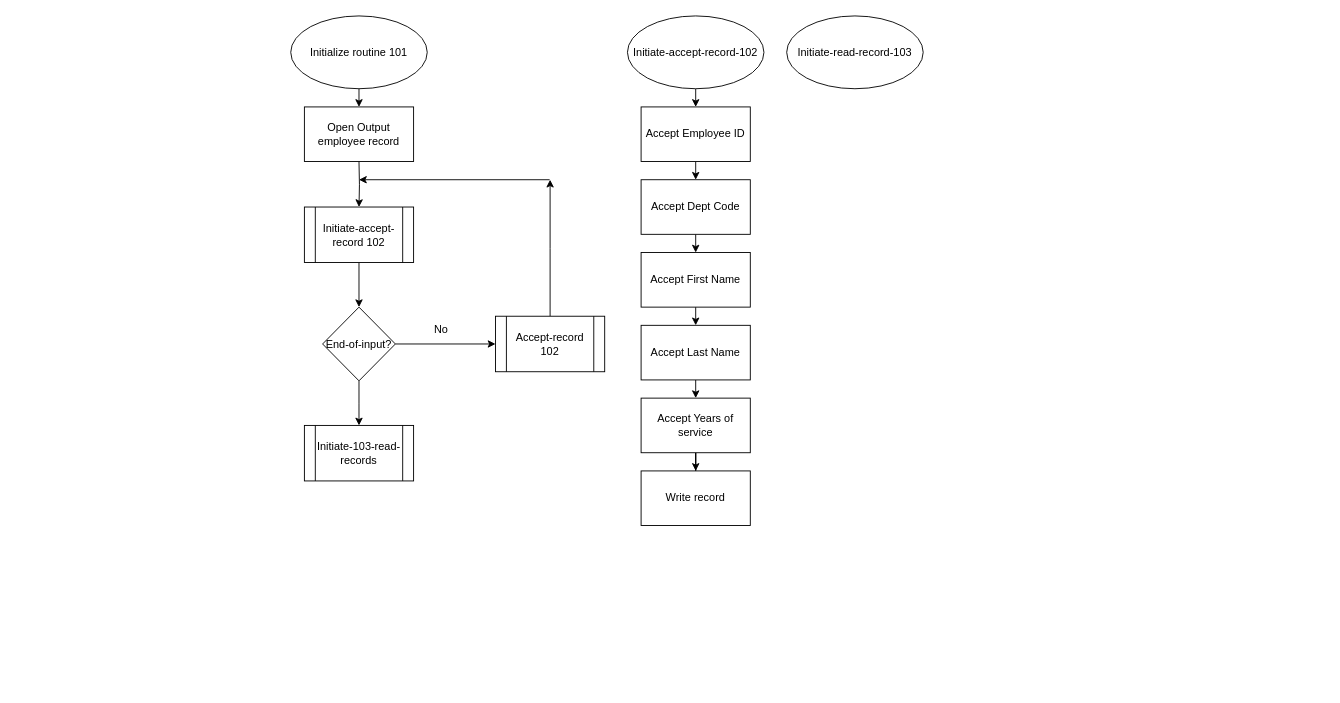
Before: Untitled Diagram.drawio in Wild-Things/Cobol-Flowcharts-a1, a draw.io diagram. Source tidied: cells renumbered, new cells numbered last; positions are measured from the earlier drawing's top-left corner, leaving out a move shared by most shapes. Both pictures are drawn from the tidied source at 91%, with x=0, y=0 at pixel (290, 15).
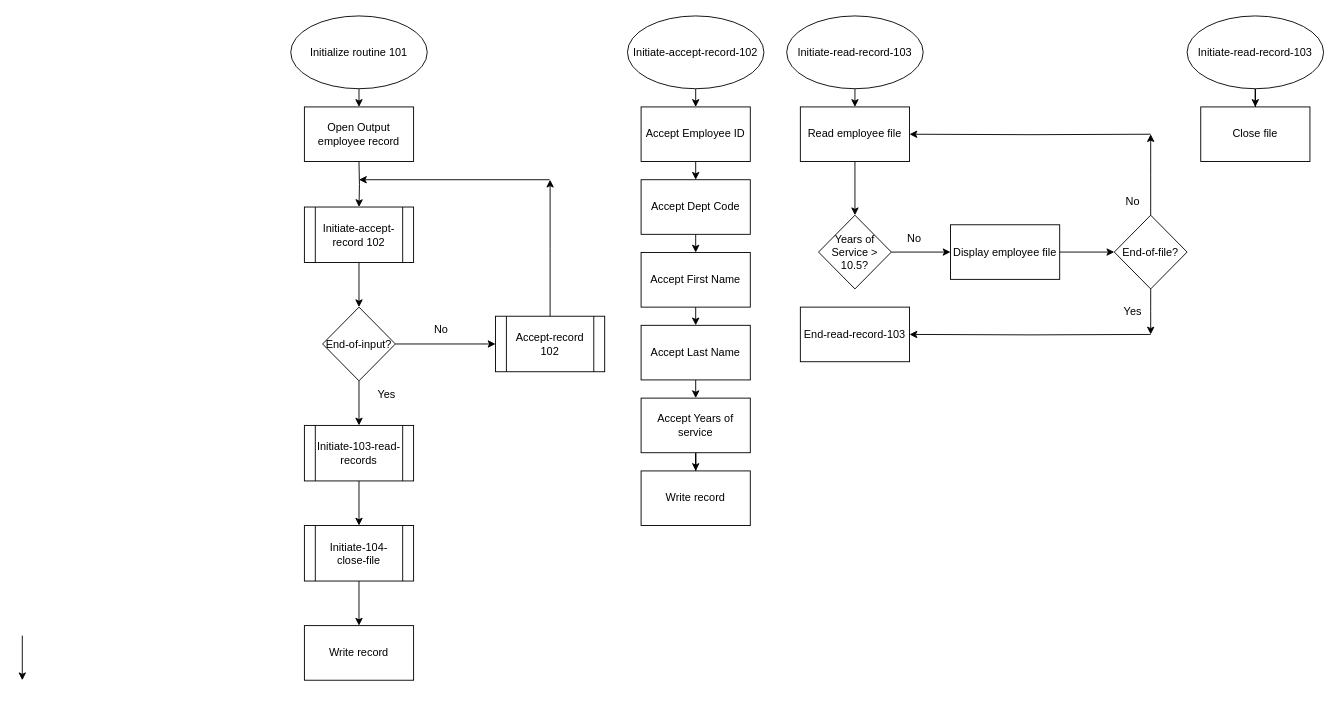
The same page after the edit.

Unchanged cells that the change refers to:
```xml
<mxCell id="28" value="Initiate-103-read-records" style="shape=process;whiteSpace=wrap;html=1;backgroundOutline=1;" parent="1" vertex="1">
  <mxGeometry x="15" y="450" width="120" height="61" as="geometry" />
</mxCell>
<mxCell id="29" value="Initiate-read-record-103" style="ellipse;whiteSpace=wrap;html=1;" parent="1" vertex="1">
  <mxGeometry x="545" width="150" height="80" as="geometry" />
</mxCell>
```

What changed in the source:
```diff
@@
+    <mxCell id="30" style="edgeStyle=orthogonalEdgeStyle;rounded=0;jettySize=auto;html=1;exitX=0.5;exitY=1;exitDx=0;exitDy=0;entryX=0.5;entryY=0;entryDx=0;entryDy=0;" parent="1" edge="1" source="28" target="49">
+      <mxGeometry relative="1" as="geometry" />
+    </mxCell>
@@
+    <mxCell id="31" style="edgeStyle=orthogonalEdgeStyle;rounded=0;jettySize=auto;html=1;exitX=0.5;exitY=1;exitDx=0;exitDy=0;entryX=0.5;entryY=0;entryDx=0;entryDy=0;" parent="1" edge="1" source="29" target="33">
+      <mxGeometry relative="1" as="geometry" />
+    </mxCell>
@@
+    <mxCell id="32" style="edgeStyle=orthogonalEdgeStyle;rounded=0;jettySize=auto;html=1;" parent="1" edge="1" source="33" target="35">
+      <mxGeometry relative="1" as="geometry" />
+    </mxCell>
+    <mxCell id="33" value="Read employee file" style="rounded=0;whiteSpace=wrap;html=1;" parent="1" vertex="1">
+      <mxGeometry x="560" y="100" width="120" height="60" as="geometry" />
+    </mxCell>
+    <mxCell id="34" style="edgeStyle=orthogonalEdgeStyle;rounded=0;jettySize=auto;html=1;exitX=1;exitY=0.5;exitDx=0;exitDy=0;entryX=0;entryY=0.5;entryDx=0;entryDy=0;" parent="1" edge="1" source="35">
+      <mxGeometry relative="1" as="geometry">
+        <mxPoint x="725" y="259.5" as="targetPoint" />
+      </mxGeometry>
+    </mxCell>
+    <mxCell id="35" value="Years of Service &amp;gt; 10.5?" style="rhombus;whiteSpace=wrap;html=1;" parent="1" vertex="1">
+      <mxGeometry x="580" y="219" width="80" height="81" as="geometry" />
+    </mxCell>
+    <mxCell id="36" value="Yes" style="text;html=1;align=center;verticalAlign=middle;strokeColor=none;fillColor=none;" parent="1" vertex="1">
+      <mxGeometry x="85" y="401" width="40" height="30" as="geometry" />
+    </mxCell>
+    <mxCell id="37" value="No" style="text;html=1;align=center;verticalAlign=middle;strokeColor=none;fillColor=none;" parent="1" vertex="1">
+      <mxGeometry x="665" y="230" width="40" height="30" as="geometry" />
+    </mxCell>
+    <mxCell id="38" value="No" style="text;html=1;align=center;verticalAlign=middle;strokeColor=none;fillColor=none;" parent="1" vertex="1">
+      <mxGeometry x="905" y="189" width="40" height="30" as="geometry" />
+    </mxCell>
+    <mxCell id="39" style="edgeStyle=orthogonalEdgeStyle;rounded=0;jettySize=auto;html=1;exitX=1;exitY=0.5;exitDx=0;exitDy=0;entryX=0;entryY=0.5;entryDx=0;entryDy=0;" parent="1" edge="1" source="40" target="43">
+      <mxGeometry relative="1" as="geometry" />
+    </mxCell>
+    <mxCell id="40" value="Display employee file" style="rounded=0;whiteSpace=wrap;html=1;" parent="1" vertex="1">
+      <mxGeometry x="725" y="229.5" width="120" height="60" as="geometry" />
+    </mxCell>
+    <mxCell id="41" style="edgeStyle=orthogonalEdgeStyle;rounded=0;jettySize=auto;html=1;exitX=0.5;exitY=0;exitDx=0;exitDy=0;" parent="1" edge="1" source="43">
+      <mxGeometry relative="1" as="geometry">
+        <mxPoint x="945" y="130" as="targetPoint" />
+      </mxGeometry>
+    </mxCell>
+    <mxCell id="42" style="edgeStyle=orthogonalEdgeStyle;rounded=0;jettySize=auto;html=1;exitX=0.5;exitY=1;exitDx=0;exitDy=0;" parent="1" edge="1" source="43">
+      <mxGeometry relative="1" as="geometry">
+        <mxPoint x="945" y="350" as="targetPoint" />
+      </mxGeometry>
+    </mxCell>
+    <mxCell id="43" value="End-of-file?" style="rhombus;whiteSpace=wrap;html=1;" parent="1" vertex="1">
+      <mxGeometry x="905" y="219" width="80" height="81" as="geometry" />
+    </mxCell>
+    <mxCell id="44" value="Yes" style="text;html=1;align=center;verticalAlign=middle;strokeColor=none;fillColor=none;" parent="1" vertex="1">
+      <mxGeometry x="905" y="310" width="40" height="30" as="geometry" />
+    </mxCell>
+    <mxCell id="45" style="edgeStyle=orthogonalEdgeStyle;rounded=0;jettySize=auto;html=1;entryX=1;entryY=0.5;entryDx=0;entryDy=0;" parent="1" edge="1" target="47">
+      <mxGeometry relative="1" as="geometry">
+        <mxPoint x="945" y="350" as="sourcePoint" />
+      </mxGeometry>
+    </mxCell>
+    <mxCell id="46" style="edgeStyle=orthogonalEdgeStyle;rounded=0;jettySize=auto;html=1;entryX=1;entryY=0.5;entryDx=0;entryDy=0;" parent="1" edge="1" target="33">
+      <mxGeometry relative="1" as="geometry">
+        <mxPoint x="945" y="130" as="sourcePoint" />
+      </mxGeometry>
+    </mxCell>
+    <mxCell id="47" value="End-read-record-103" style="rounded=0;whiteSpace=wrap;html=1;" parent="1" vertex="1">
+      <mxGeometry x="560" y="320" width="120" height="60" as="geometry" />
+    </mxCell>
+    <mxCell id="48" style="edgeStyle=orthogonalEdgeStyle;rounded=0;jettySize=auto;html=1;exitX=0.5;exitY=1;exitDx=0;exitDy=0;entryX=0.5;entryY=0;entryDx=0;entryDy=0;" parent="1" edge="1" source="49" target="51">
+      <mxGeometry relative="1" as="geometry" />
+    </mxCell>
+    <mxCell id="49" value="&lt;div&gt;Initiate-104-close-file&lt;/div&gt;" style="shape=process;whiteSpace=wrap;html=1;backgroundOutline=1;" parent="1" vertex="1">
+      <mxGeometry x="15" y="560" width="120" height="61" as="geometry" />
+    </mxCell>
+    <mxCell id="50" style="edgeStyle=orthogonalEdgeStyle;rounded=0;orthogonalLoop=1;jettySize=auto;html=1;exitX=0.5;exitY=1;exitDx=0;exitDy=0;entryX=0.5;entryY=0;entryDx=0;entryDy=0;" parent="1" edge="1">
+      <mxGeometry relative="1" as="geometry">
+        <mxPoint x="-295" y="681" as="sourcePoint" />
+        <mxPoint x="-295" y="730" as="targetPoint" />
+      </mxGeometry>
+    </mxCell>
+    <mxCell id="51" value="&lt;div&gt;Write record&lt;/div&gt;" style="rounded=0;whiteSpace=wrap;html=1;" parent="1" vertex="1">
+      <mxGeometry x="15" y="670" width="120" height="60" as="geometry" />
+    </mxCell>
+    <mxCell id="52" style="edgeStyle=orthogonalEdgeStyle;rounded=0;jettySize=auto;html=1;exitX=0.5;exitY=1;exitDx=0;exitDy=0;" parent="1" edge="1" source="53" target="54">
+      <mxGeometry relative="1" as="geometry" />
+    </mxCell>
+    <mxCell id="53" value="Initiate-read-record-103" style="ellipse;whiteSpace=wrap;html=1;" parent="1" vertex="1">
+      <mxGeometry x="985" width="150" height="80" as="geometry" />
+    </mxCell>
+    <mxCell id="54" value="&lt;div&gt;Close file&lt;/div&gt;" style="rounded=0;whiteSpace=wrap;html=1;" parent="1" vertex="1">
+      <mxGeometry x="1000" y="100" width="120" height="60" as="geometry" />
+    </mxCell>
```
